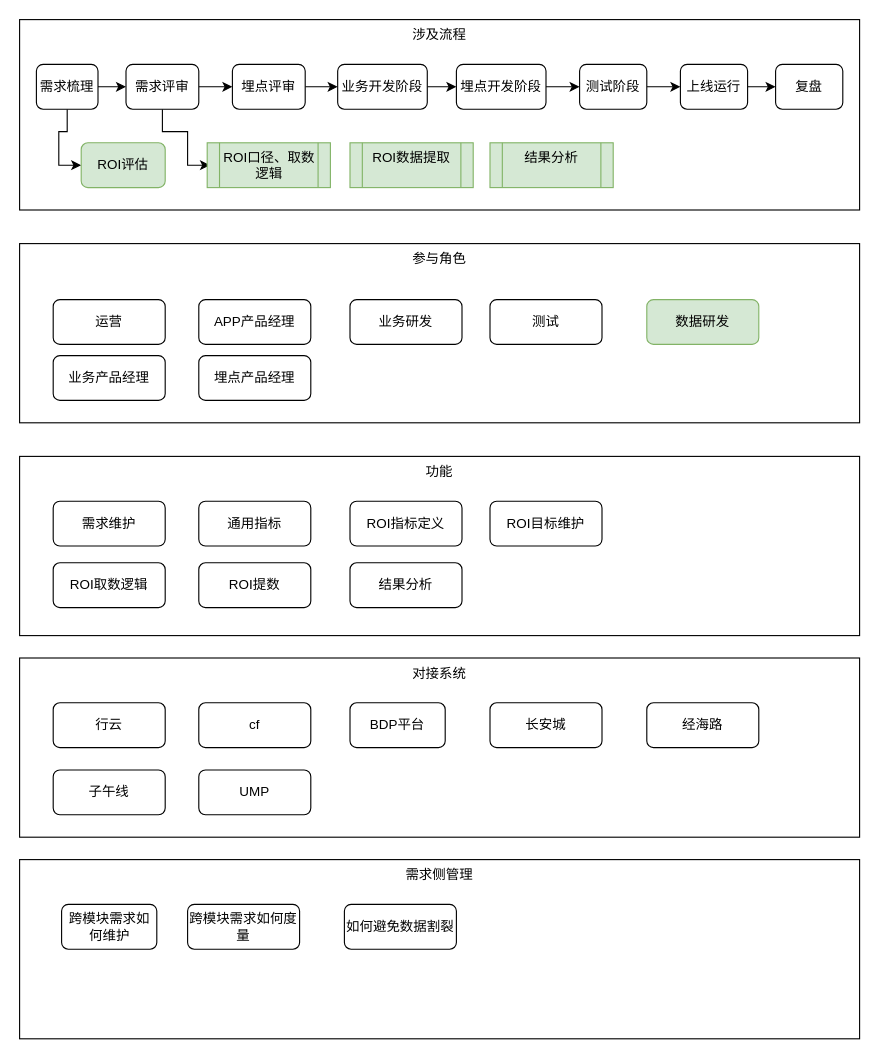
Earlier version of the draw.io diagram page "业务梳理" (1 of 3) of 需求ROI评估.drawio (lihongliang1989/diagram). Source tidied: cells renumbered, new cells numbered last; positions are measured from the earlier drawing's top-left corner, leaving out a move shared by most shapes. Both pictures are drawn from the tidied source at 112%, with x=0, y=0 at pixel (19, 19).
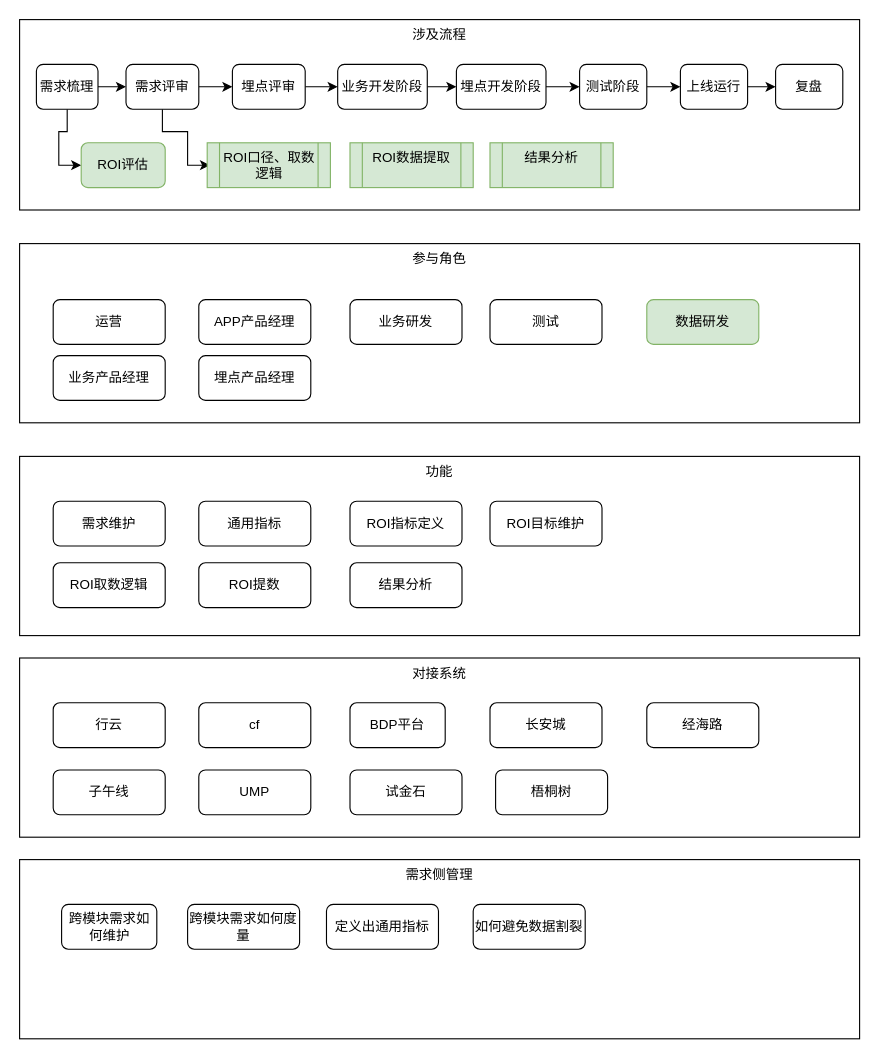
The same diagram, later.

Diff of the diagram source:
```diff
@@
     <mxCell id="50" value="如何避免数据割裂" style="rounded=1;whiteSpace=wrap;html=1;" parent="1" vertex="1">
-      <mxGeometry x="290" y="790" width="100" height="40" as="geometry" />
+      <mxGeometry x="405" y="790" width="100" height="40" as="geometry" />
     </mxCell>
@@
+    <mxCell id="53" value="试金石" style="rounded=1;whiteSpace=wrap;html=1;" parent="1" vertex="1">
+      <mxGeometry x="295" y="670" width="100" height="40" as="geometry" />
+    </mxCell>
+    <mxCell id="54" value="定义出通用指标" style="rounded=1;whiteSpace=wrap;html=1;" parent="1" vertex="1">
+      <mxGeometry x="274" y="790" width="100" height="40" as="geometry" />
+    </mxCell>
+    <mxCell id="55" value="梧桐树" style="rounded=1;whiteSpace=wrap;html=1;" parent="1" vertex="1">
+      <mxGeometry x="425" y="670" width="100" height="40" as="geometry" />
+    </mxCell>
```
